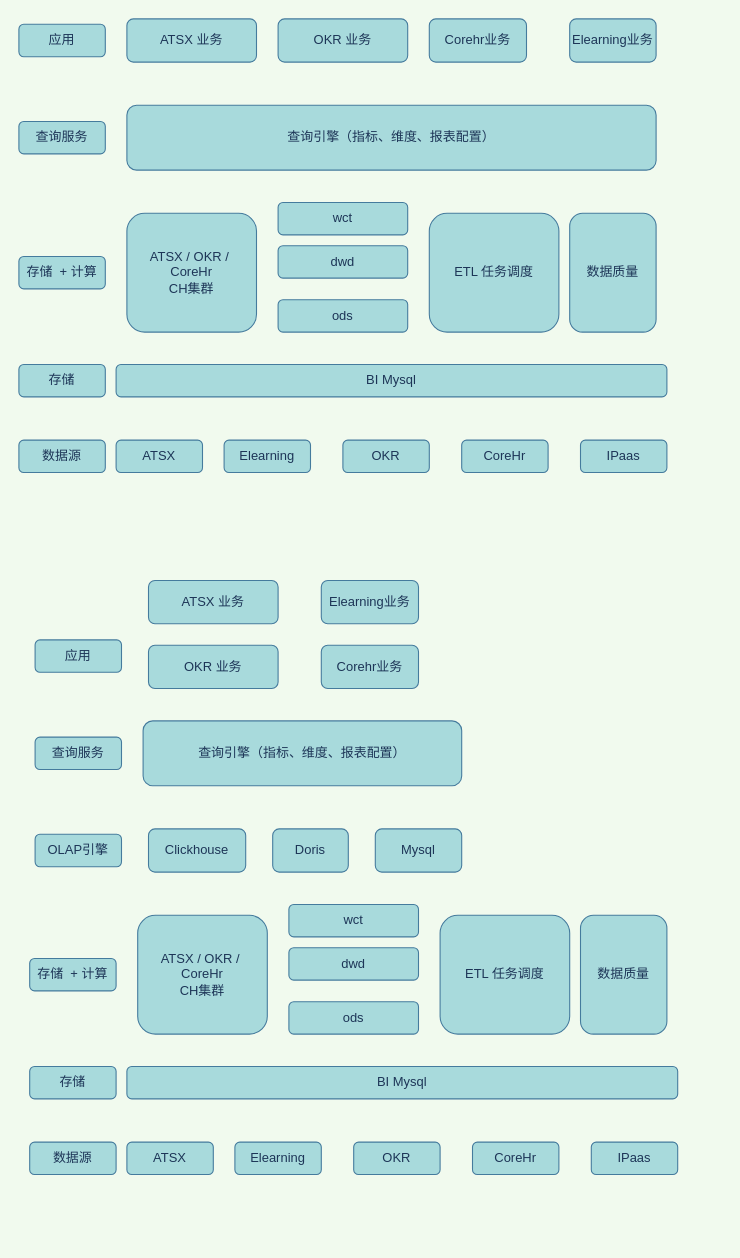
Earlier version of the draw.io diagram dw/Untitled Diagram.drawio (cicelprg/drawio). Source tidied: cells renumbered, new cells numbered last; positions are measured from the earlier drawing's top-left corner, leaving out a move shared by most shapes. Both pictures are drawn from the tidied source at 108%, with x=0, y=0 at pixel (18, 18).
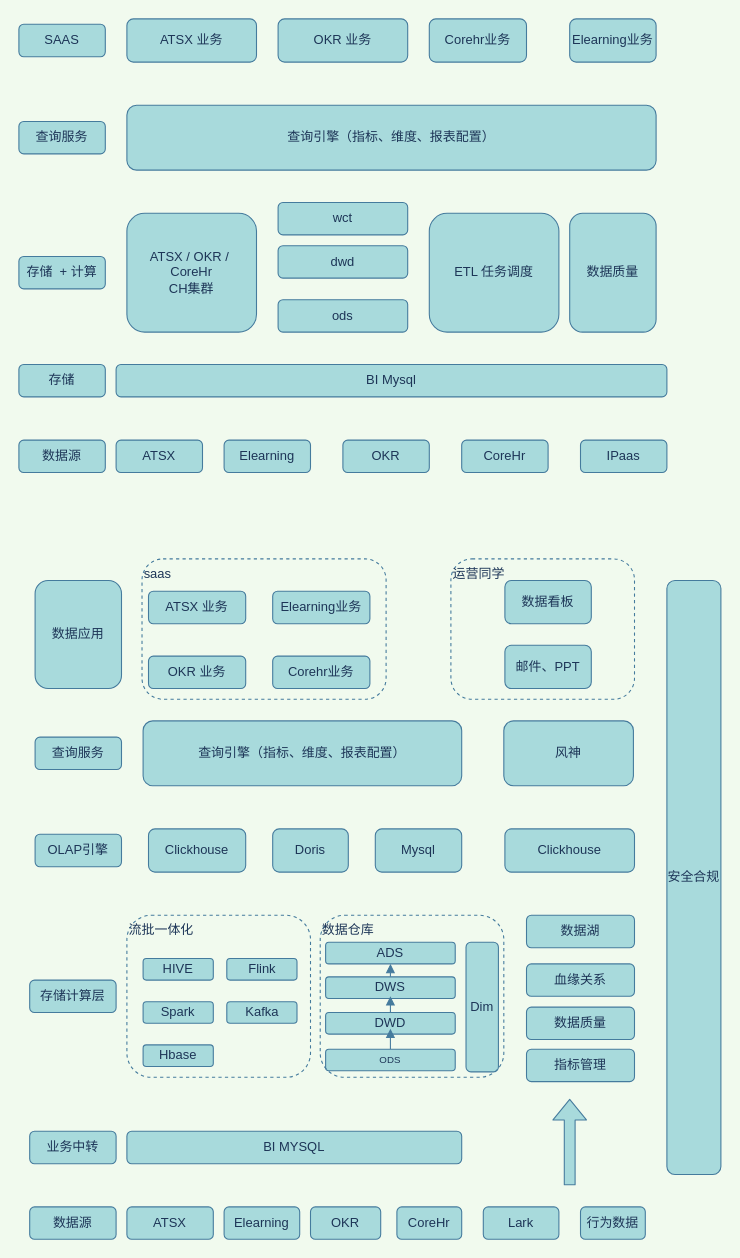
After the change.

Change to the diagram source:
```diff
@@
-    <mxCell id="23" value="应用" style="rounded=1;whiteSpace=wrap;html=1;hachureGap=4;fillColor=#A8DADC;strokeColor=#457B9D;fontColor=#1D3557;" parent="1" vertex="1">
+    <mxCell id="23" value="SAAS" style="rounded=1;whiteSpace=wrap;html=1;hachureGap=4;fillColor=#A8DADC;strokeColor=#457B9D;fontColor=#1D3557;" parent="1" vertex="1">
       <mxGeometry y="5" width="80" height="30" as="geometry" />
     </mxCell>
     <mxCell id="24" value="ATSX" style="rounded=1;whiteSpace=wrap;html=1;hachureGap=4;fillColor=#A8DADC;strokeColor=#457B9D;fontColor=#1D3557;" parent="1" vertex="1">
-      <mxGeometry x="100" y="1040" width="80" height="30" as="geometry" />
+      <mxGeometry x="100" y="1100" width="80" height="30" as="geometry" />
     </mxCell>
     <mxCell id="25" value="Elearning" style="rounded=1;whiteSpace=wrap;html=1;hachureGap=4;fillColor=#A8DADC;strokeColor=#457B9D;fontColor=#1D3557;" parent="1" vertex="1">
-      <mxGeometry x="200" y="1040" width="80" height="30" as="geometry" />
+      <mxGeometry x="190" y="1100" width="70" height="30" as="geometry" />
     </mxCell>
     <mxCell id="26" value="OKR" style="rounded=1;whiteSpace=wrap;html=1;hachureGap=4;fillColor=#A8DADC;strokeColor=#457B9D;fontColor=#1D3557;" parent="1" vertex="1">
-      <mxGeometry x="310" y="1040" width="80" height="30" as="geometry" />
+      <mxGeometry x="270" y="1100" width="65" height="30" as="geometry" />
     </mxCell>
     <mxCell id="27" value="CoreHr" style="rounded=1;whiteSpace=wrap;html=1;hachureGap=4;fillColor=#A8DADC;strokeColor=#457B9D;fontColor=#1D3557;" parent="1" vertex="1">
-      <mxGeometry x="420" y="1040" width="80" height="30" as="geometry" />
+      <mxGeometry x="350" y="1100" width="60" height="30" as="geometry" />
     </mxCell>
-    <mxCell id="28" value="IPaas" style="rounded=1;whiteSpace=wrap;html=1;hachureGap=4;fillColor=#A8DADC;strokeColor=#457B9D;fontColor=#1D3557;" parent="1" vertex="1">
-      <mxGeometry x="530" y="1040" width="80" height="30" as="geometry" />
+    <mxCell id="28" value="Lark" style="rounded=1;whiteSpace=wrap;html=1;hachureGap=4;fillColor=#A8DADC;strokeColor=#457B9D;fontColor=#1D3557;" parent="1" vertex="1">
+      <mxGeometry x="430" y="1100" width="70" height="30" as="geometry" />
     </mxCell>
-    <mxCell id="29" value="BI Mysql" style="rounded=1;whiteSpace=wrap;html=1;hachureGap=4;fillColor=#A8DADC;strokeColor=#457B9D;fontColor=#1D3557;" parent="1" vertex="1">
-      <mxGeometry x="100" y="970" width="510" height="30" as="geometry" />
+    <mxCell id="29" value="BI MYSQL" style="rounded=1;whiteSpace=wrap;html=1;hachureGap=4;fillColor=#A8DADC;strokeColor=#457B9D;fontColor=#1D3557;" parent="1" vertex="1">
+      <mxGeometry x="100" y="1030" width="310" height="30" as="geometry" />
     </mxCell>
-    <mxCell id="30" value="ATSX / OKR /&amp;nbsp; CoreHr&lt;br&gt;CH集群" style="rounded=1;whiteSpace=wrap;html=1;sketch=0;hachureGap=4;fontColor=#1D3557;strokeColor=#457B9D;fillColor=#A8DADC;" parent="1" vertex="1">
-      <mxGeometry x="110" y="830" width="120" height="110" as="geometry" />
+    <mxCell id="30" value="流批一体化" style="rounded=1;whiteSpace=wrap;html=1;sketch=0;hachureGap=4;fontColor=#1D3557;strokeColor=#457B9D;fillColor=none;verticalAlign=top;align=left;dashed=1;" parent="1" vertex="1">
+      <mxGeometry x="100" y="830" width="170" height="150" as="geometry" />
     </mxCell>
@@
-    <mxCell id="32" value="ATSX 业务" style="rounded=1;whiteSpace=wrap;html=1;sketch=0;hachureGap=4;fontColor=#1D3557;strokeColor=#457B9D;fillColor=#A8DADC;" parent="1" vertex="1">
-      <mxGeometry x="120" y="520" width="120" height="40" as="geometry" />
-    </mxCell>
-    <mxCell id="33" value="OKR 业务" style="rounded=1;whiteSpace=wrap;html=1;sketch=0;hachureGap=4;fontColor=#1D3557;strokeColor=#457B9D;fillColor=#A8DADC;" parent="1" vertex="1">
-      <mxGeometry x="120" y="580" width="120" height="40" as="geometry" />
-    </mxCell>
-    <mxCell id="34" value="Corehr业务" style="rounded=1;whiteSpace=wrap;html=1;sketch=0;hachureGap=4;fontColor=#1D3557;strokeColor=#457B9D;fillColor=#A8DADC;" parent="1" vertex="1">
-      <mxGeometry x="280" y="580" width="90" height="40" as="geometry" />
-    </mxCell>
-    <mxCell id="35" value="Elearning业务" style="rounded=1;whiteSpace=wrap;html=1;sketch=0;hachureGap=4;fontColor=#1D3557;strokeColor=#457B9D;fillColor=#A8DADC;" parent="1" vertex="1">
-      <mxGeometry x="280" y="520" width="90" height="40" as="geometry" />
-    </mxCell>
-    <mxCell id="36" value="dwd" style="rounded=1;whiteSpace=wrap;html=1;sketch=0;hachureGap=4;fontColor=#1D3557;strokeColor=#457B9D;fillColor=#A8DADC;" parent="1" vertex="1">
-      <mxGeometry x="250" y="860" width="120" height="30" as="geometry" />
+    <mxCell id="36" value="DWD" style="rounded=1;whiteSpace=wrap;html=1;sketch=0;hachureGap=4;fontColor=#1D3557;strokeColor=#457B9D;fillColor=#A8DADC;" parent="1" vertex="1">
+      <mxGeometry x="284" y="920" width="120" height="20" as="geometry" />
     </mxCell>
-    <mxCell id="37" value="数据质量" style="rounded=1;whiteSpace=wrap;html=1;sketch=0;hachureGap=4;fontColor=#1D3557;strokeColor=#457B9D;fillColor=#A8DADC;" parent="1" vertex="1">
-      <mxGeometry x="520" y="830" width="80" height="110" as="geometry" />
-    </mxCell>
-    <mxCell id="38" value="wct" style="rounded=1;whiteSpace=wrap;html=1;sketch=0;hachureGap=4;fontColor=#1D3557;strokeColor=#457B9D;fillColor=#A8DADC;" parent="1" vertex="1">
-      <mxGeometry x="250" y="820" width="120" height="30" as="geometry" />
+    <mxCell id="38" value="DWS" style="rounded=1;whiteSpace=wrap;html=1;sketch=0;hachureGap=4;fontColor=#1D3557;strokeColor=#457B9D;fillColor=#A8DADC;" parent="1" vertex="1">
+      <mxGeometry x="284" y="887" width="120" height="20" as="geometry" />
     </mxCell>
+    <mxCell id="50" style="edgeStyle=none;curved=1;rounded=1;sketch=0;jettySize=auto;html=1;exitX=0.5;exitY=0;exitDx=0;exitDy=0;fontColor=#1D3557;endArrow=block;startSize=6;endSize=6;sourcePerimeterSpacing=8;targetPerimeterSpacing=8;strokeColor=#457B9D;fillColor=#A8DADC;endFill=1;fontSize=9;" parent="1" edge="1" source="39">
+      <mxGeometry relative="1" as="geometry">
+        <mxPoint x="344" y="935" as="targetPoint" />
+      </mxGeometry>
+    </mxCell>
-    <mxCell id="39" value="ods" style="rounded=1;whiteSpace=wrap;html=1;sketch=0;hachureGap=4;fontColor=#1D3557;strokeColor=#457B9D;fillColor=#A8DADC;" parent="1" vertex="1">
-      <mxGeometry x="250" y="910" width="120" height="30" as="geometry" />
+    <mxCell id="39" value="ODS" style="rounded=1;whiteSpace=wrap;html=1;sketch=0;hachureGap=4;fontColor=#1D3557;strokeColor=#457B9D;fillColor=#A8DADC;fontSize=9;" parent="1" vertex="1">
+      <mxGeometry x="284" y="954" width="120" height="20" as="geometry" />
     </mxCell>
-    <mxCell id="40" value="ETL 任务调度" style="rounded=1;whiteSpace=wrap;html=1;sketch=0;hachureGap=4;fontColor=#1D3557;strokeColor=#457B9D;fillColor=#A8DADC;" parent="1" vertex="1">
-      <mxGeometry x="390" y="830" width="120" height="110" as="geometry" />
+    <mxCell id="40" value="数据湖" style="rounded=1;whiteSpace=wrap;html=1;sketch=0;hachureGap=4;fontColor=#1D3557;strokeColor=#457B9D;fillColor=#A8DADC;" parent="1" vertex="1">
+      <mxGeometry x="470" y="830" width="100" height="30" as="geometry" />
     </mxCell>
     <mxCell id="41" value="数据源" style="rounded=1;whiteSpace=wrap;html=1;hachureGap=4;fillColor=#A8DADC;strokeColor=#457B9D;fontColor=#1D3557;" parent="1" vertex="1">
-      <mxGeometry x="10" y="1040" width="80" height="30" as="geometry" />
+      <mxGeometry x="10" y="1100" width="80" height="30" as="geometry" />
     </mxCell>
-    <mxCell id="42" value="存储" style="rounded=1;whiteSpace=wrap;html=1;hachureGap=4;fillColor=#A8DADC;strokeColor=#457B9D;fontColor=#1D3557;" parent="1" vertex="1">
-      <mxGeometry x="10" y="970" width="80" height="30" as="geometry" />
+    <mxCell id="42" value="业务中转" style="rounded=1;whiteSpace=wrap;html=1;hachureGap=4;fillColor=#A8DADC;strokeColor=#457B9D;fontColor=#1D3557;" parent="1" vertex="1">
+      <mxGeometry x="10" y="1030" width="80" height="30" as="geometry" />
     </mxCell>
-    <mxCell id="43" value="存储&amp;nbsp; + 计算" style="rounded=1;whiteSpace=wrap;html=1;hachureGap=4;fillColor=#A8DADC;strokeColor=#457B9D;fontColor=#1D3557;" parent="1" vertex="1">
-      <mxGeometry x="10" y="870" width="80" height="30" as="geometry" />
+    <mxCell id="43" value="存储计算层" style="rounded=1;whiteSpace=wrap;html=1;hachureGap=4;fillColor=#A8DADC;strokeColor=#457B9D;fontColor=#1D3557;" parent="1" vertex="1">
+      <mxGeometry x="10" y="890" width="80" height="30" as="geometry" />
     </mxCell>
@@
-    <mxCell id="45" value="应用" style="rounded=1;whiteSpace=wrap;html=1;hachureGap=4;fillColor=#A8DADC;strokeColor=#457B9D;fontColor=#1D3557;" parent="1" vertex="1">
-      <mxGeometry x="15" y="575" width="80" height="30" as="geometry" />
+    <mxCell id="45" value="数据应用" style="rounded=1;whiteSpace=wrap;html=1;hachureGap=4;fillColor=#A8DADC;strokeColor=#457B9D;fontColor=#1D3557;" parent="1" vertex="1">
+      <mxGeometry x="15" y="520" width="80" height="100" as="geometry" />
     </mxCell>
@@
+    <mxCell id="51" value="行为数据" style="rounded=1;whiteSpace=wrap;html=1;hachureGap=4;fillColor=#A8DADC;strokeColor=#457B9D;fontColor=#1D3557;" parent="1" vertex="1">
+      <mxGeometry x="520" y="1100" width="60" height="30" as="geometry" />
+    </mxCell>
+    <mxCell id="52" value="Dim" style="rounded=1;whiteSpace=wrap;html=1;sketch=0;hachureGap=4;fontColor=#1D3557;strokeColor=#457B9D;fillColor=#A8DADC;" parent="1" vertex="1">
+      <mxGeometry x="414" y="855" width="30" height="120" as="geometry" />
+    </mxCell>
+    <mxCell id="53" value="ADS" style="rounded=1;whiteSpace=wrap;html=1;sketch=0;hachureGap=4;fontColor=#1D3557;strokeColor=#457B9D;fillColor=#A8DADC;" parent="1" vertex="1">
+      <mxGeometry x="284" y="855" width="120" height="20" as="geometry" />
+    </mxCell>
+    <mxCell id="54" value="HIVE" style="rounded=1;whiteSpace=wrap;html=1;sketch=0;hachureGap=4;fontColor=#1D3557;strokeColor=#457B9D;fillColor=#A8DADC;align=center;verticalAlign=middle;" parent="1" vertex="1">
+      <mxGeometry x="115" y="870" width="65" height="20" as="geometry" />
+    </mxCell>
+    <mxCell id="55" value="Spark" style="rounded=1;whiteSpace=wrap;html=1;sketch=0;hachureGap=4;fontColor=#1D3557;strokeColor=#457B9D;fillColor=#A8DADC;align=center;verticalAlign=middle;" parent="1" vertex="1">
+      <mxGeometry x="115" y="910" width="65" height="20" as="geometry" />
+    </mxCell>
+    <mxCell id="56" value="Flink" style="rounded=1;whiteSpace=wrap;html=1;sketch=0;hachureGap=4;fontColor=#1D3557;strokeColor=#457B9D;fillColor=#A8DADC;align=center;verticalAlign=middle;" parent="1" vertex="1">
+      <mxGeometry x="192.5" y="870" width="65" height="20" as="geometry" />
+    </mxCell>
+    <mxCell id="57" value="Kafka" style="rounded=1;whiteSpace=wrap;html=1;sketch=0;hachureGap=4;fontColor=#1D3557;strokeColor=#457B9D;fillColor=#A8DADC;align=center;verticalAlign=middle;" parent="1" vertex="1">
+      <mxGeometry x="192.5" y="910" width="65" height="20" as="geometry" />
+    </mxCell>
+    <mxCell id="58" value="Hbase" style="rounded=1;whiteSpace=wrap;html=1;sketch=0;hachureGap=4;fontColor=#1D3557;strokeColor=#457B9D;fillColor=#A8DADC;align=center;verticalAlign=middle;" parent="1" vertex="1">
+      <mxGeometry x="115" y="950" width="65" height="20" as="geometry" />
+    </mxCell>
+    <mxCell id="59" value="血缘关系" style="rounded=1;whiteSpace=wrap;html=1;sketch=0;hachureGap=4;fontColor=#1D3557;strokeColor=#457B9D;fillColor=#A8DADC;" parent="1" vertex="1">
+      <mxGeometry x="470" y="875" width="100" height="30" as="geometry" />
+    </mxCell>
+    <mxCell id="60" value="数据仓库" style="rounded=1;whiteSpace=wrap;html=1;sketch=0;hachureGap=4;fontColor=#1D3557;strokeColor=#457B9D;fillColor=none;verticalAlign=top;align=left;dashed=1;" parent="1" vertex="1">
+      <mxGeometry x="279" y="830" width="170" height="150" as="geometry" />
+    </mxCell>
+    <mxCell id="61" style="edgeStyle=none;curved=1;rounded=1;sketch=0;jettySize=auto;html=1;fontColor=#1D3557;endArrow=block;startSize=6;endSize=6;sourcePerimeterSpacing=8;targetPerimeterSpacing=8;strokeColor=#457B9D;fillColor=#A8DADC;endFill=1;fontSize=9;exitX=0.5;exitY=0;exitDx=0;exitDy=0;" parent="1" edge="1" source="36">
+      <mxGeometry relative="1" as="geometry">
+        <mxPoint x="344" y="905" as="targetPoint" />
+      </mxGeometry>
+    </mxCell>
+    <mxCell id="62" style="edgeStyle=none;curved=1;rounded=1;sketch=0;jettySize=auto;html=1;exitX=0.5;exitY=0;exitDx=0;exitDy=0;fontColor=#1D3557;endArrow=block;startSize=6;endSize=6;sourcePerimeterSpacing=8;targetPerimeterSpacing=8;strokeColor=#457B9D;fillColor=#A8DADC;endFill=1;fontSize=9;entryX=0.5;entryY=1;entryDx=0;entryDy=0;" parent="1" edge="1" source="38" target="53">
+      <mxGeometry relative="1" as="geometry" />
+    </mxCell>
+    <mxCell id="63" value="Clickhouse" style="rounded=1;whiteSpace=wrap;html=1;sketch=0;hachureGap=4;fontColor=#1D3557;strokeColor=#457B9D;fillColor=#A8DADC;" parent="1" vertex="1">
+      <mxGeometry x="450" y="750" width="120" height="40" as="geometry" />
+    </mxCell>
+    <mxCell id="64" value="风神" style="rounded=1;whiteSpace=wrap;html=1;sketch=0;hachureGap=4;fontColor=#1D3557;strokeColor=#457B9D;fillColor=#A8DADC;" parent="1" vertex="1">
+      <mxGeometry x="449" y="650" width="120" height="60" as="geometry" />
+    </mxCell>
+    <mxCell id="37" value="数据质量" style="rounded=1;whiteSpace=wrap;html=1;sketch=0;hachureGap=4;fontColor=#1D3557;strokeColor=#457B9D;fillColor=#A8DADC;" parent="1" vertex="1">
+      <mxGeometry x="470" y="915" width="100" height="30" as="geometry" />
+    </mxCell>
+    <mxCell id="65" value="安全合规" style="rounded=1;whiteSpace=wrap;html=1;sketch=0;hachureGap=4;fontColor=#1D3557;strokeColor=#457B9D;fillColor=#A8DADC;" parent="1" vertex="1">
+      <mxGeometry x="600" y="520" width="50" height="550" as="geometry" />
+    </mxCell>
+    <mxCell id="66" value="指标管理" style="rounded=1;whiteSpace=wrap;html=1;sketch=0;hachureGap=4;fontColor=#1D3557;strokeColor=#457B9D;fillColor=#A8DADC;" parent="1" vertex="1">
+      <mxGeometry x="470" y="954" width="100" height="30" as="geometry" />
+    </mxCell>
+    <mxCell id="67" value="saas" style="rounded=1;whiteSpace=wrap;html=1;sketch=0;hachureGap=4;fontColor=#1D3557;strokeColor=#457B9D;fillColor=none;verticalAlign=top;align=left;dashed=1;" parent="1" vertex="1">
+      <mxGeometry x="114" y="500" width="226" height="130" as="geometry" />
+    </mxCell>
+    <mxCell id="32" value="ATSX 业务" style="rounded=1;whiteSpace=wrap;html=1;sketch=0;hachureGap=4;fontColor=#1D3557;strokeColor=#457B9D;fillColor=#A8DADC;" parent="1" vertex="1">
+      <mxGeometry x="120" y="530" width="90" height="30" as="geometry" />
+    </mxCell>
+    <mxCell id="33" value="OKR 业务" style="rounded=1;whiteSpace=wrap;html=1;sketch=0;hachureGap=4;fontColor=#1D3557;strokeColor=#457B9D;fillColor=#A8DADC;" parent="1" vertex="1">
+      <mxGeometry x="120" y="590" width="90" height="30" as="geometry" />
+    </mxCell>
+    <mxCell id="34" value="Corehr业务" style="rounded=1;whiteSpace=wrap;html=1;sketch=0;hachureGap=4;fontColor=#1D3557;strokeColor=#457B9D;fillColor=#A8DADC;" parent="1" vertex="1">
+      <mxGeometry x="235" y="590" width="90" height="30" as="geometry" />
+    </mxCell>
+    <mxCell id="35" value="Elearning业务" style="rounded=1;whiteSpace=wrap;html=1;sketch=0;hachureGap=4;fontColor=#1D3557;strokeColor=#457B9D;fillColor=#A8DADC;" parent="1" vertex="1">
+      <mxGeometry x="235" y="530" width="90" height="30" as="geometry" />
+    </mxCell>
+    <mxCell id="68" value="数据看板" style="rounded=1;whiteSpace=wrap;html=1;sketch=0;hachureGap=4;fontColor=#1D3557;strokeColor=#457B9D;fillColor=#A8DADC;" parent="1" vertex="1">
+      <mxGeometry x="450" y="520" width="80" height="40" as="geometry" />
+    </mxCell>
+    <mxCell id="69" value="邮件、PPT" style="rounded=1;whiteSpace=wrap;html=1;sketch=0;hachureGap=4;fontColor=#1D3557;strokeColor=#457B9D;fillColor=#A8DADC;" parent="1" vertex="1">
+      <mxGeometry x="450" y="580" width="80" height="40" as="geometry" />
+    </mxCell>
+    <mxCell id="70" value="运营同学" style="rounded=1;whiteSpace=wrap;html=1;sketch=0;hachureGap=4;fontColor=#1D3557;strokeColor=#457B9D;fillColor=none;verticalAlign=top;align=left;dashed=1;" parent="1" vertex="1">
+      <mxGeometry x="400" y="500" width="170" height="130" as="geometry" />
+    </mxCell>
+    <mxCell id="71" style="shape=flexArrow;endArrow=classic;html=1;fontSize=9;fontColor=#1D3557;startSize=6;endSize=6;sourcePerimeterSpacing=8;targetPerimeterSpacing=8;strokeColor=#457B9D;fillColor=#A8DADC;" parent="1" edge="1">
+      <mxGeometry relative="1" as="geometry">
+        <mxPoint x="510" y="1080" as="sourcePoint" />
+        <mxPoint x="510" y="1000" as="targetPoint" />
+      </mxGeometry>
+    </mxCell>
```
